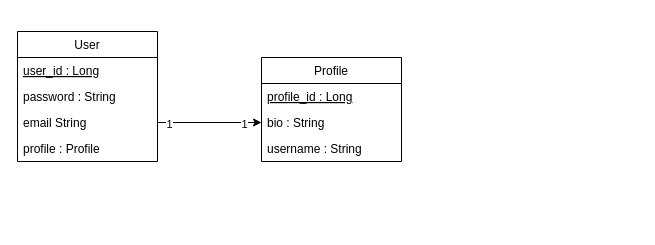
Earlier version of the draw.io diagram docs/class diagram.drawio (zzozzolev/medium-clone-spring-boot-java). Source tidied: cells renumbered, new cells numbered last; positions are measured from the earlier drawing's top-left corner, leaving out a move shared by most shapes. Both pictures are drawn from the tidied source at 100%, with x=0, y=0 at pixel (17, 31).
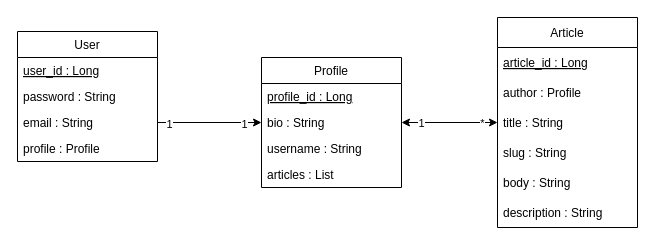
After the change.

Unchanged cells that the change refers to:
```xml
<mxCell id="2" value="User" style="swimlane;fontStyle=0;horizontal=1;startSize=26;fillColor=none;" parent="1" vertex="1">
  <mxGeometry width="140" height="130" as="geometry" />
</mxCell>
<mxCell id="9" value="bio : String" style="text;strokeColor=none;fillColor=none;align=left;verticalAlign=top;spacingLeft=4;spacingRight=4;overflow=hidden;points=[[0,0.5],[1,0.5]];portConstraint=eastwest;" parent="7" vertex="1">
  <mxGeometry y="52" width="140" height="26" as="geometry" />
</mxCell>
```

Diff of the diagram source:
```diff
@@
-    <mxCell id="5" value="email String" style="text;strokeColor=none;fillColor=none;align=left;verticalAlign=top;spacingLeft=4;spacingRight=4;overflow=hidden;points=[[0,0.5],[1,0.5]];portConstraint=eastwest;" parent="2" vertex="1">
+    <mxCell id="5" value="email : String" style="text;strokeColor=none;fillColor=none;align=left;verticalAlign=top;spacingLeft=4;spacingRight=4;overflow=hidden;points=[[0,0.5],[1,0.5]];portConstraint=eastwest;" parent="2" vertex="1">
       <mxGeometry y="78" width="140" height="26" as="geometry" />
     </mxCell>
@@
     <mxCell id="7" value="Profile" style="swimlane;fontStyle=0;horizontal=1;startSize=26;fillColor=none;" parent="1" vertex="1">
-      <mxGeometry x="244" y="26" width="140" height="104" as="geometry" />
+      <mxGeometry x="244" y="26" width="140" height="130" as="geometry" />
     </mxCell>
@@
+    <mxCell id="14" value="articles : List" style="text;strokeColor=none;fillColor=none;align=left;verticalAlign=top;spacingLeft=4;spacingRight=4;overflow=hidden;" parent="7" vertex="1">
+      <mxGeometry y="104" width="140" height="26" as="geometry" />
+    </mxCell>
@@
+    <mxCell id="15" value="Article" style="swimlane;fontStyle=0;horizontal=1;startSize=30;" parent="1" vertex="1">
+      <mxGeometry x="480" y="-14" width="140" height="210" as="geometry" />
+    </mxCell>
+    <mxCell id="16" value="article_id : Long" style="text;strokeColor=none;fillColor=none;align=left;verticalAlign=middle;spacingLeft=4;spacingRight=4;overflow=hidden;fontStyle=4;" parent="15" vertex="1">
+      <mxGeometry y="30" width="140" height="30" as="geometry" />
+    </mxCell>
+    <mxCell id="17" value="author : Profile" style="text;strokeColor=none;fillColor=none;align=left;verticalAlign=middle;spacingLeft=4;spacingRight=4;overflow=hidden;" parent="15" vertex="1">
+      <mxGeometry y="60" width="140" height="30" as="geometry" />
+    </mxCell>
+    <mxCell id="18" value="title : String" style="text;strokeColor=none;fillColor=none;align=left;verticalAlign=middle;spacingLeft=4;spacingRight=4;overflow=hidden;points=[[0,0.5],[1,0.5]];portConstraint=eastwest;" parent="15" vertex="1">
+      <mxGeometry y="90" width="140" height="30" as="geometry" />
+    </mxCell>
+    <mxCell id="19" value="slug : String" style="text;strokeColor=none;fillColor=none;align=left;verticalAlign=middle;spacingLeft=4;spacingRight=4;overflow=hidden;" parent="15" vertex="1">
+      <mxGeometry y="120" width="140" height="30" as="geometry" />
+    </mxCell>
+    <mxCell id="20" value="body : String" style="text;strokeColor=none;fillColor=none;align=left;verticalAlign=middle;spacingLeft=4;spacingRight=4;overflow=hidden;" parent="15" vertex="1">
+      <mxGeometry y="150" width="140" height="30" as="geometry" />
+    </mxCell>
+    <mxCell id="21" value="description : String" style="text;strokeColor=none;fillColor=none;align=left;verticalAlign=middle;spacingLeft=4;spacingRight=4;overflow=hidden;" parent="15" vertex="1">
+      <mxGeometry y="180" width="140" height="30" as="geometry" />
+    </mxCell>
+    <mxCell id="22" style="endArrow=classic;html=1;rounded=0;entryX=1;entryY=0.5;entryDx=0;entryDy=0;exitX=0;exitY=0.5;exitDx=0;exitDy=0;startArrow=classic;startFill=1;" parent="1" edge="1" source="18" target="9">
+      <mxGeometry relative="1" as="geometry" />
+    </mxCell>
+    <mxCell id="23" value="*" style="edgeLabel;html=1;align=center;verticalAlign=middle;" parent="22" vertex="1">
+      <mxGeometry x="-0.67" relative="1" as="geometry" />
+    </mxCell>
+    <mxCell id="24" value="1" style="edgeLabel;html=1;align=center;verticalAlign=middle;" parent="22" vertex="1">
+      <mxGeometry x="0.61" relative="1" as="geometry" />
+    </mxCell>
```
